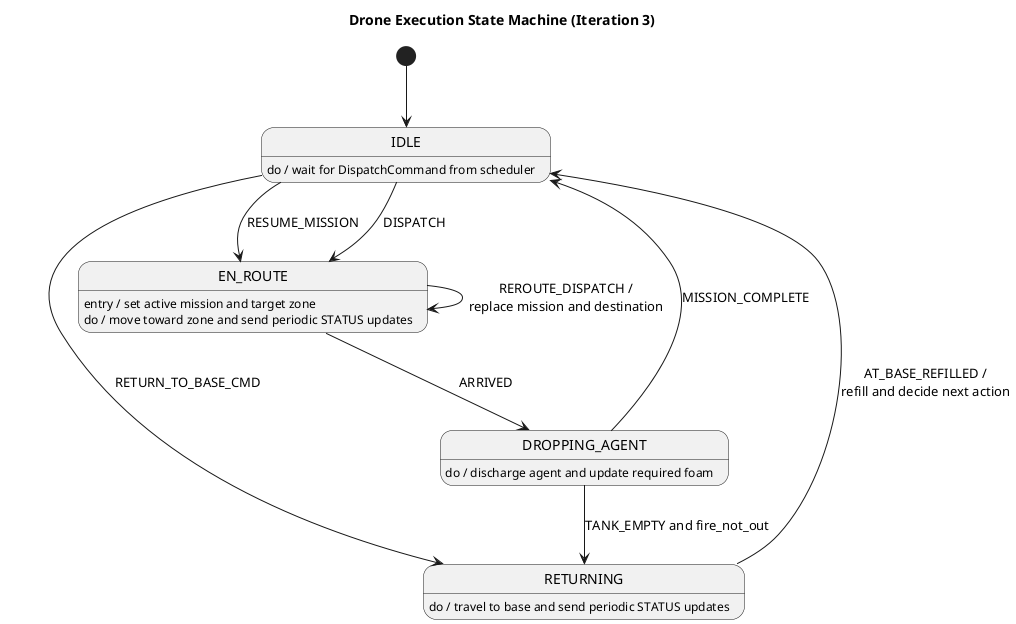
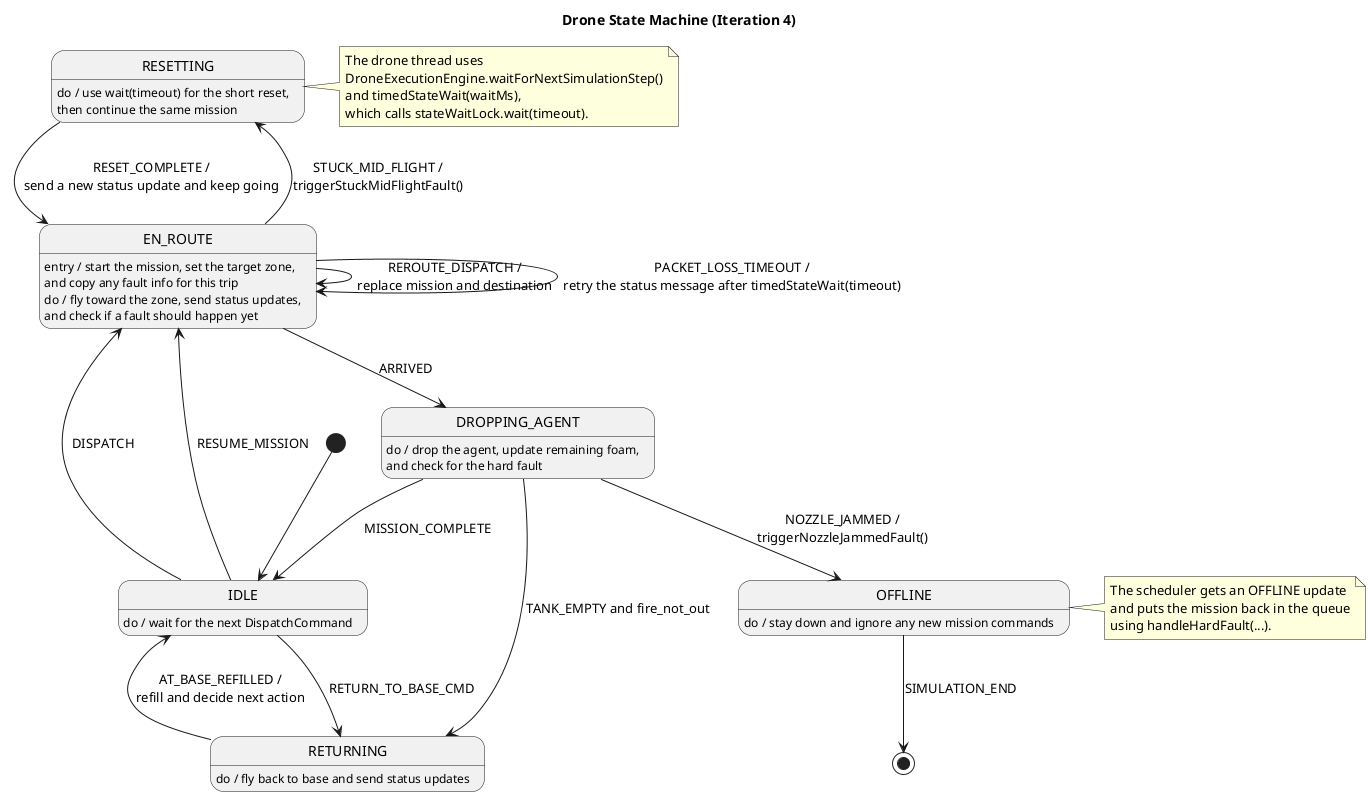
@startuml
- title Drone Execution State Machine (Iteration 3)
+ title Drone State Machine (Iteration 4)

state IDLE
state EN_ROUTE
state DROPPING_AGENT
state RETURNING
+ state RESETTING
+ state OFFLINE

- IDLE : do / wait for DispatchCommand from scheduler
- EN_ROUTE : entry / set active mission and target zone
- EN_ROUTE : do / move toward zone and send periodic STATUS updates
- DROPPING_AGENT : do / discharge agent and update required foam
- RETURNING : do / travel to base and send periodic STATUS updates
+ IDLE : do / wait for the next DispatchCommand
+ EN_ROUTE : entry / start the mission, set the target zone,\nand copy any fault info for this trip
+ EN_ROUTE : do / fly toward the zone, send status updates,\nand check if a fault should happen yet
+ DROPPING_AGENT : do / drop the agent, update remaining foam,\nand check for the hard fault
+ RETURNING : do / fly back to base and send status updates
+ RESETTING : do / use wait(timeout) for the short reset,\nthen continue the same mission
+ OFFLINE : do / stay down and ignore any new mission commands

[*] --> IDLE

IDLE --> EN_ROUTE : DISPATCH
EN_ROUTE --> EN_ROUTE : REROUTE_DISPATCH /\nreplace mission and destination
+ EN_ROUTE --> EN_ROUTE : PACKET_LOSS_TIMEOUT /\nretry the status message after timedStateWait(timeout)
+ EN_ROUTE --> RESETTING : STUCK_MID_FLIGHT /\ntriggerStuckMidFlightFault()
+ RESETTING --> EN_ROUTE : RESET_COMPLETE /\nsend a new status update and keep going
EN_ROUTE --> DROPPING_AGENT : ARRIVED

+ DROPPING_AGENT --> OFFLINE : NOZZLE_JAMMED /\ntriggerNozzleJammedFault()
DROPPING_AGENT --> RETURNING : TANK_EMPTY and fire_not_out
RETURNING --> IDLE : AT_BASE_REFILLED /\nrefill and decide next action

DROPPING_AGENT --> IDLE : MISSION_COMPLETE
IDLE --> RETURNING : RETURN_TO_BASE_CMD
IDLE --> EN_ROUTE : RESUME_MISSION
+ OFFLINE --> [*] : SIMULATION_END
+ 
+ note right of RESETTING
+   The drone thread uses
+   DroneExecutionEngine.waitForNextSimulationStep()
+   and timedStateWait(waitMs),
+   which calls stateWaitLock.wait(timeout).
+ end note
+ 
+ note right of OFFLINE
+   The scheduler gets an OFFLINE update
+   and puts the mission back in the queue
+   using handleHardFault(...).
+ end note

@enduml
